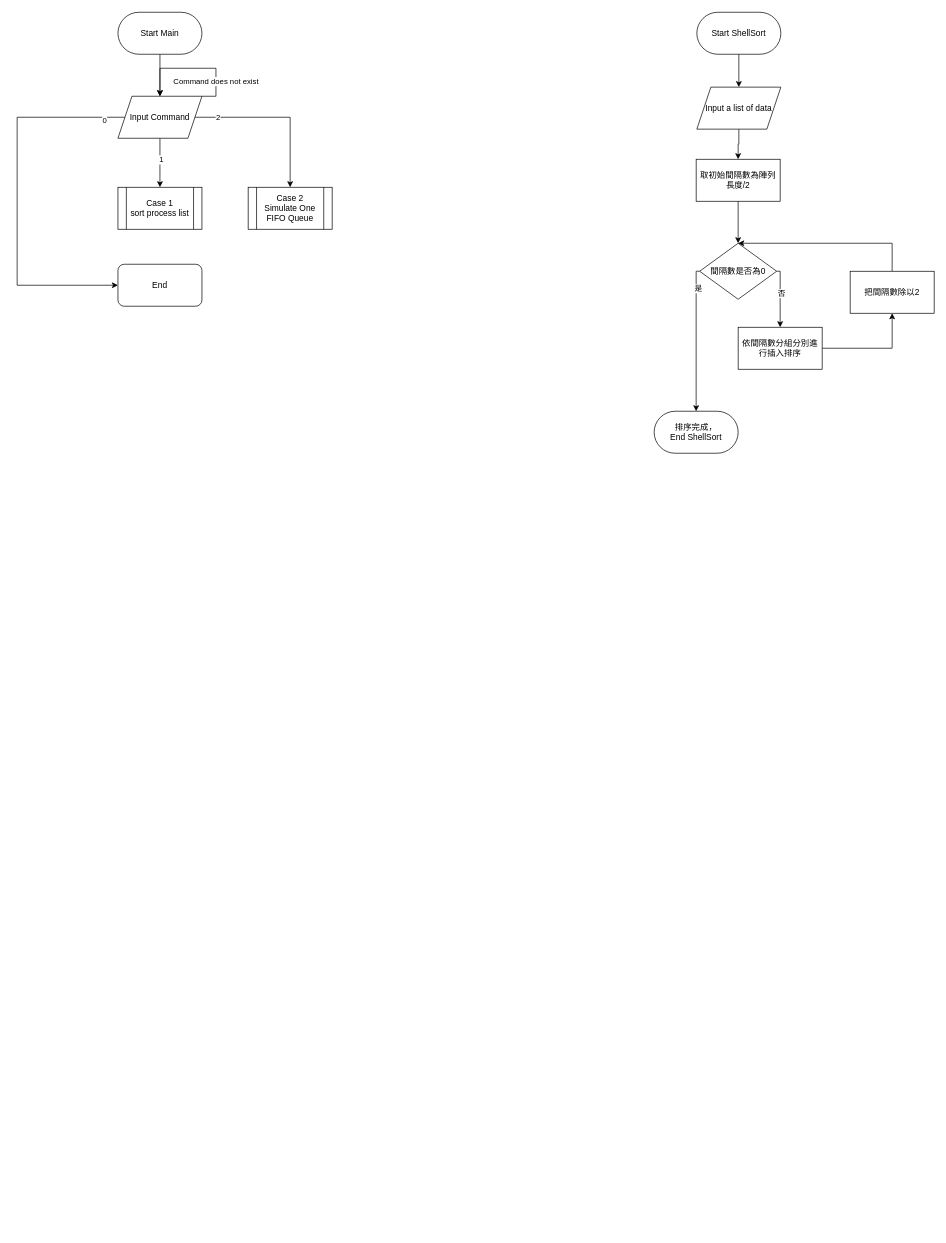
ja-errorpro/CYCS_DS keeps this draw.io diagram as DS1ex3_19_11127137_11127152/DS1ex3.drawio. Above is the earlier version. Source tidied: cells renumbered, new cells numbered last; positions are measured from the earlier drawing's top-left corner, leaving out a move shared by most shapes. Both pictures are drawn from the tidied source at 70%, with x=0, y=0 at pixel (17, 12).
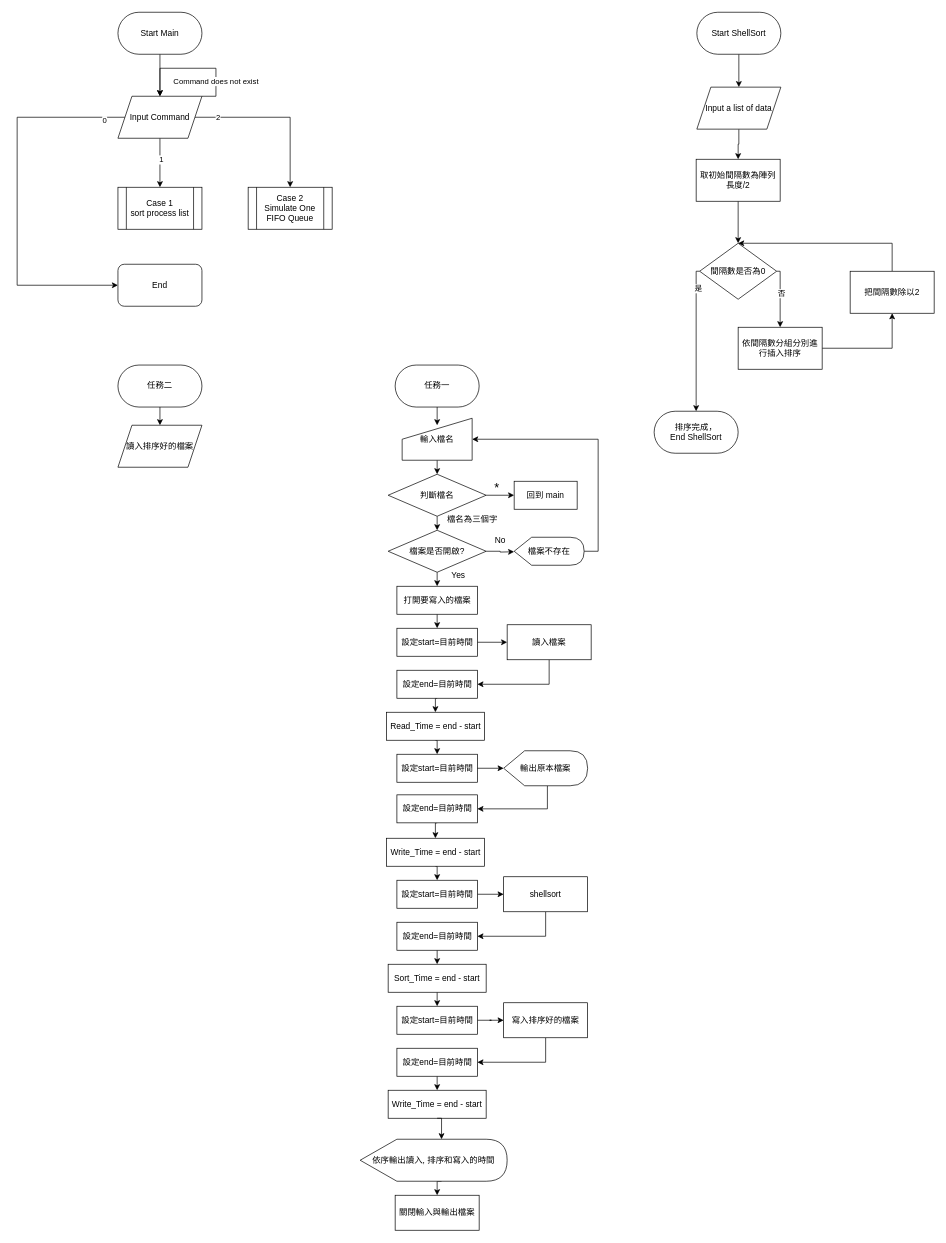
The same page after the edit.

The edit, as a diff of the source:
```diff
@@
+    <mxCell id="32" style="edgeStyle=orthogonalEdgeStyle;rounded=0;jettySize=auto;html=1;exitX=0.5;exitY=1;exitDx=0;exitDy=0;entryX=0.5;entryY=0;entryDx=0;entryDy=0;" parent="1" edge="1" source="33" target="34">
+      <mxGeometry relative="1" as="geometry" />
+    </mxCell>
+    <mxCell id="33" value="任務二" style="rounded=1;whiteSpace=wrap;html=1;arcSize=50;" parent="1" vertex="1">
+      <mxGeometry x="144" y="504" width="120" height="60" as="geometry" />
+    </mxCell>
+    <mxCell id="34" value="讀入排序好的檔案" style="shape=parallelogram;perimeter=parallelogramPerimeter;whiteSpace=wrap;html=1;fixedSize=1;" parent="1" vertex="1">
+      <mxGeometry x="144" y="590" width="120" height="60" as="geometry" />
+    </mxCell>
+    <mxCell id="35" style="edgeStyle=orthogonalEdgeStyle;rounded=0;jettySize=auto;html=1;exitX=0.5;exitY=1;exitDx=0;exitDy=0;entryX=0.5;entryY=0;entryDx=0;entryDy=0;" parent="1" edge="1" source="36">
+      <mxGeometry relative="1" as="geometry">
+        <mxPoint x="600" y="590" as="targetPoint" />
+      </mxGeometry>
+    </mxCell>
+    <mxCell id="36" value="任務一" style="rounded=1;whiteSpace=wrap;html=1;arcSize=50;" parent="1" vertex="1">
+      <mxGeometry x="540" y="504" width="120" height="60" as="geometry" />
+    </mxCell>
+    <mxCell id="37" style="edgeStyle=orthogonalEdgeStyle;rounded=0;jettySize=auto;html=1;exitX=0.5;exitY=1;exitDx=0;exitDy=0;entryX=0.5;entryY=0;entryDx=0;entryDy=0;" parent="1" edge="1" source="38" target="41">
+      <mxGeometry relative="1" as="geometry" />
+    </mxCell>
+    <mxCell id="38" value="輸入檔名" style="shape=manualInput;whiteSpace=wrap;html=1;" parent="1" vertex="1">
+      <mxGeometry x="550" y="580" width="100" height="60" as="geometry" />
+    </mxCell>
+    <mxCell id="39" style="edgeStyle=orthogonalEdgeStyle;rounded=0;jettySize=auto;html=1;exitX=1;exitY=0.5;exitDx=0;exitDy=0;entryX=0;entryY=0.5;entryDx=0;entryDy=0;" parent="1" edge="1" source="41" target="42">
+      <mxGeometry relative="1" as="geometry" />
+    </mxCell>
+    <mxCell id="40" style="edgeStyle=orthogonalEdgeStyle;rounded=0;jettySize=auto;html=1;exitX=0.5;exitY=1;exitDx=0;exitDy=0;entryX=0.5;entryY=0;entryDx=0;entryDy=0;" parent="1" edge="1" source="41" target="46">
+      <mxGeometry relative="1" as="geometry" />
+    </mxCell>
+    <mxCell id="41" value="判斷檔名" style="rhombus;whiteSpace=wrap;html=1;" parent="1" vertex="1">
+      <mxGeometry x="530" y="660" width="140" height="60" as="geometry" />
+    </mxCell>
+    <mxCell id="42" value="回到 main" style="rounded=0;whiteSpace=wrap;html=1;" parent="1" vertex="1">
+      <mxGeometry x="710" y="670" width="90" height="40" as="geometry" />
+    </mxCell>
+    <mxCell id="43" value="&lt;font style=&quot;font-size: 18px;&quot;&gt;*&lt;/font&gt;" style="text;html=1;align=center;verticalAlign=middle;strokeColor=none;fillColor=none;" parent="1" vertex="1">
+      <mxGeometry x="670" y="660" width="30" height="40" as="geometry" />
+    </mxCell>
+    <mxCell id="44" style="edgeStyle=orthogonalEdgeStyle;rounded=0;jettySize=auto;html=1;exitX=1;exitY=0.5;exitDx=0;exitDy=0;" parent="1" edge="1" source="46">
+      <mxGeometry relative="1" as="geometry">
+        <mxPoint x="710" y="770.7" as="targetPoint" />
+      </mxGeometry>
+    </mxCell>
+    <mxCell id="45" style="edgeStyle=orthogonalEdgeStyle;rounded=0;jettySize=auto;html=1;exitX=0.5;exitY=1;exitDx=0;exitDy=0;entryX=0.5;entryY=0;entryDx=0;entryDy=0;" parent="1" edge="1" source="46" target="52">
+      <mxGeometry relative="1" as="geometry" />
+    </mxCell>
+    <mxCell id="46" value="檔案是否開啟?" style="rhombus;whiteSpace=wrap;html=1;" parent="1" vertex="1">
+      <mxGeometry x="530" y="740" width="140" height="60" as="geometry" />
+    </mxCell>
+    <mxCell id="47" value="檔名為三個字" style="text;html=1;align=center;verticalAlign=middle;strokeColor=none;fillColor=none;" parent="1" vertex="1">
+      <mxGeometry x="600" y="710" width="100" height="30" as="geometry" />
+    </mxCell>
+    <mxCell id="48" style="edgeStyle=orthogonalEdgeStyle;rounded=0;jettySize=auto;html=1;exitX=1;exitY=0.5;exitDx=0;exitDy=0;exitPerimeter=0;entryX=1;entryY=0.5;entryDx=0;entryDy=0;" parent="1" edge="1" source="49" target="38">
+      <mxGeometry relative="1" as="geometry" />
+    </mxCell>
+    <mxCell id="49" value="檔案不存在" style="shape=display;whiteSpace=wrap;html=1;" parent="1" vertex="1">
+      <mxGeometry x="710" y="750" width="100" height="40" as="geometry" />
+    </mxCell>
+    <mxCell id="50" value="No" style="text;html=1;align=center;verticalAlign=middle;strokeColor=none;fillColor=none;" parent="1" vertex="1">
+      <mxGeometry x="670" y="740" width="40" height="30" as="geometry" />
+    </mxCell>
+    <mxCell id="51" style="edgeStyle=orthogonalEdgeStyle;rounded=0;jettySize=auto;html=1;exitX=0.5;exitY=1;exitDx=0;exitDy=0;entryX=0.5;entryY=0;entryDx=0;entryDy=0;" parent="1" edge="1" source="52" target="55">
+      <mxGeometry relative="1" as="geometry" />
+    </mxCell>
+    <mxCell id="52" value="打開要寫入的檔案" style="rounded=0;whiteSpace=wrap;html=1;" parent="1" vertex="1">
+      <mxGeometry x="542.5" y="820" width="115" height="40" as="geometry" />
+    </mxCell>
+    <mxCell id="53" value="Yes" style="text;html=1;align=center;verticalAlign=middle;strokeColor=none;fillColor=none;" parent="1" vertex="1">
+      <mxGeometry x="610" y="790" width="40" height="30" as="geometry" />
+    </mxCell>
+    <mxCell id="54" style="edgeStyle=orthogonalEdgeStyle;rounded=0;jettySize=auto;html=1;exitX=1;exitY=0.5;exitDx=0;exitDy=0;entryX=0;entryY=0.5;entryDx=0;entryDy=0;" parent="1" edge="1" source="55" target="57">
+      <mxGeometry relative="1" as="geometry" />
+    </mxCell>
+    <mxCell id="55" value="設定start=目前時間" style="rounded=0;whiteSpace=wrap;html=1;" parent="1" vertex="1">
+      <mxGeometry x="542.5" y="880" width="115" height="40" as="geometry" />
+    </mxCell>
+    <mxCell id="56" style="edgeStyle=orthogonalEdgeStyle;rounded=0;jettySize=auto;html=1;exitX=0.5;exitY=1;exitDx=0;exitDy=0;entryX=1;entryY=0.5;entryDx=0;entryDy=0;" parent="1" edge="1" source="57" target="59">
+      <mxGeometry relative="1" as="geometry" />
+    </mxCell>
+    <mxCell id="57" value="讀入檔案" style="rounded=0;whiteSpace=wrap;html=1;" parent="1" vertex="1">
+      <mxGeometry x="700" y="875" width="120" height="50" as="geometry" />
+    </mxCell>
+    <mxCell id="58" style="edgeStyle=orthogonalEdgeStyle;rounded=0;jettySize=auto;html=1;exitX=0.5;exitY=1;exitDx=0;exitDy=0;entryX=0.5;entryY=0;entryDx=0;entryDy=0;" parent="1" edge="1" source="59" target="61">
+      <mxGeometry relative="1" as="geometry" />
+    </mxCell>
+    <mxCell id="59" value="設定end=目前時間" style="rounded=0;whiteSpace=wrap;html=1;" parent="1" vertex="1">
+      <mxGeometry x="542.5" y="940" width="115" height="40" as="geometry" />
+    </mxCell>
+    <mxCell id="60" style="edgeStyle=orthogonalEdgeStyle;rounded=0;jettySize=auto;html=1;exitX=0.5;exitY=1;exitDx=0;exitDy=0;entryX=0.5;entryY=0;entryDx=0;entryDy=0;" parent="1" edge="1" source="61" target="62">
+      <mxGeometry relative="1" as="geometry" />
+    </mxCell>
+    <mxCell id="61" value="Read_Time = end - start" style="rounded=0;whiteSpace=wrap;html=1;" parent="1" vertex="1">
+      <mxGeometry x="527.5" y="1000" width="140" height="40" as="geometry" />
+    </mxCell>
+    <mxCell id="62" value="設定start=目前時間" style="rounded=0;whiteSpace=wrap;html=1;" parent="1" vertex="1">
+      <mxGeometry x="542.5" y="1060" width="115" height="40" as="geometry" />
+    </mxCell>
+    <mxCell id="63" style="edgeStyle=orthogonalEdgeStyle;rounded=0;jettySize=auto;html=1;exitX=0;exitY=0;exitDx=62.5;exitDy=50;exitPerimeter=0;entryX=1;entryY=0.5;entryDx=0;entryDy=0;" parent="1" edge="1" source="64" target="66">
+      <mxGeometry relative="1" as="geometry" />
+    </mxCell>
+    <mxCell id="64" value="輸出原本檔案" style="shape=display;whiteSpace=wrap;html=1;" parent="1" vertex="1">
+      <mxGeometry x="695" y="1055" width="120" height="50" as="geometry" />
+    </mxCell>
+    <mxCell id="65" style="edgeStyle=orthogonalEdgeStyle;rounded=0;jettySize=auto;html=1;exitX=0.5;exitY=1;exitDx=0;exitDy=0;entryX=0.5;entryY=0;entryDx=0;entryDy=0;" parent="1" edge="1" source="66" target="69">
+      <mxGeometry relative="1" as="geometry" />
+    </mxCell>
+    <mxCell id="66" value="設定end=目前時間" style="rounded=0;whiteSpace=wrap;html=1;" parent="1" vertex="1">
+      <mxGeometry x="542.5" y="1118" width="115" height="40" as="geometry" />
+    </mxCell>
+    <mxCell id="67" style="edgeStyle=orthogonalEdgeStyle;rounded=0;jettySize=auto;html=1;exitX=1;exitY=0.5;exitDx=0;exitDy=0;entryX=0;entryY=0.5;entryDx=0;entryDy=0;entryPerimeter=0;" parent="1" edge="1" source="62" target="64">
+      <mxGeometry relative="1" as="geometry" />
+    </mxCell>
+    <mxCell id="68" style="edgeStyle=orthogonalEdgeStyle;rounded=0;jettySize=auto;html=1;exitX=0.5;exitY=1;exitDx=0;exitDy=0;entryX=0.5;entryY=0;entryDx=0;entryDy=0;" parent="1" edge="1" source="69" target="71">
+      <mxGeometry relative="1" as="geometry" />
+    </mxCell>
+    <mxCell id="69" value="Write_Time = end - start" style="rounded=0;whiteSpace=wrap;html=1;" parent="1" vertex="1">
+      <mxGeometry x="527.5" y="1180" width="140" height="40" as="geometry" />
+    </mxCell>
+    <mxCell id="70" style="edgeStyle=orthogonalEdgeStyle;rounded=0;jettySize=auto;html=1;exitX=1;exitY=0.5;exitDx=0;exitDy=0;entryX=0;entryY=0.5;entryDx=0;entryDy=0;" parent="1" edge="1" source="71" target="75">
+      <mxGeometry relative="1" as="geometry" />
+    </mxCell>
+    <mxCell id="71" value="設定start=目前時間" style="rounded=0;whiteSpace=wrap;html=1;" parent="1" vertex="1">
+      <mxGeometry x="542.5" y="1240" width="115" height="40" as="geometry" />
+    </mxCell>
+    <mxCell id="72" style="edgeStyle=orthogonalEdgeStyle;rounded=0;jettySize=auto;html=1;exitX=0.5;exitY=1;exitDx=0;exitDy=0;entryX=0.5;entryY=0;entryDx=0;entryDy=0;" parent="1" edge="1" source="73" target="77">
+      <mxGeometry relative="1" as="geometry" />
+    </mxCell>
+    <mxCell id="73" value="設定end=目前時間" style="rounded=0;whiteSpace=wrap;html=1;" parent="1" vertex="1">
+      <mxGeometry x="542.5" y="1300" width="115" height="40" as="geometry" />
+    </mxCell>
+    <mxCell id="74" style="edgeStyle=orthogonalEdgeStyle;rounded=0;jettySize=auto;html=1;exitX=0.5;exitY=1;exitDx=0;exitDy=0;entryX=1;entryY=0.5;entryDx=0;entryDy=0;" parent="1" edge="1" source="75" target="73">
+      <mxGeometry relative="1" as="geometry" />
+    </mxCell>
+    <mxCell id="75" value="shellsort" style="rounded=0;whiteSpace=wrap;html=1;" parent="1" vertex="1">
+      <mxGeometry x="695" y="1235" width="120" height="50" as="geometry" />
+    </mxCell>
+    <mxCell id="76" style="edgeStyle=orthogonalEdgeStyle;rounded=0;jettySize=auto;html=1;exitX=0.5;exitY=1;exitDx=0;exitDy=0;entryX=0.5;entryY=0;entryDx=0;entryDy=0;" parent="1" edge="1" source="77" target="79">
+      <mxGeometry relative="1" as="geometry" />
+    </mxCell>
+    <mxCell id="77" value="Sort_Time = end - start" style="rounded=0;whiteSpace=wrap;html=1;" parent="1" vertex="1">
+      <mxGeometry x="530" y="1360" width="140" height="40" as="geometry" />
+    </mxCell>
+    <mxCell id="78" style="edgeStyle=orthogonalEdgeStyle;rounded=0;jettySize=auto;html=1;exitX=1;exitY=0.5;exitDx=0;exitDy=0;" parent="1" edge="1" source="79" target="84">
+      <mxGeometry relative="1" as="geometry" />
+    </mxCell>
+    <mxCell id="79" value="設定start=目前時間" style="rounded=0;whiteSpace=wrap;html=1;" parent="1" vertex="1">
+      <mxGeometry x="542.5" y="1420" width="115" height="40" as="geometry" />
+    </mxCell>
+    <mxCell id="80" style="edgeStyle=orthogonalEdgeStyle;rounded=0;jettySize=auto;html=1;exitX=0.5;exitY=1;exitDx=0;exitDy=0;entryX=0.5;entryY=0;entryDx=0;entryDy=0;" parent="1" edge="1" source="81" target="82">
+      <mxGeometry relative="1" as="geometry" />
+    </mxCell>
+    <mxCell id="81" value="設定end=目前時間" style="rounded=0;whiteSpace=wrap;html=1;" parent="1" vertex="1">
+      <mxGeometry x="542.5" y="1480" width="115" height="40" as="geometry" />
+    </mxCell>
+    <mxCell id="82" value="Write_Time = end - start" style="rounded=0;whiteSpace=wrap;html=1;" parent="1" vertex="1">
+      <mxGeometry x="530" y="1540" width="140" height="40" as="geometry" />
+    </mxCell>
+    <mxCell id="83" style="edgeStyle=orthogonalEdgeStyle;rounded=0;jettySize=auto;html=1;exitX=0.5;exitY=1;exitDx=0;exitDy=0;entryX=1;entryY=0.5;entryDx=0;entryDy=0;" parent="1" edge="1" source="84" target="81">
+      <mxGeometry relative="1" as="geometry" />
+    </mxCell>
+    <mxCell id="84" value="寫入排序好的檔案" style="rounded=0;whiteSpace=wrap;html=1;" parent="1" vertex="1">
+      <mxGeometry x="695" y="1415" width="120" height="50" as="geometry" />
+    </mxCell>
+    <mxCell id="85" style="edgeStyle=orthogonalEdgeStyle;rounded=0;jettySize=auto;html=1;exitX=0;exitY=0;exitDx=116.25;exitDy=60;exitPerimeter=0;entryX=0.5;entryY=0;entryDx=0;entryDy=0;" parent="1" edge="1" source="86" target="88">
+      <mxGeometry relative="1" as="geometry" />
+    </mxCell>
+    <mxCell id="86" value="依序輸出讀入, 排序和寫入的時間" style="shape=display;whiteSpace=wrap;html=1;" parent="1" vertex="1">
+      <mxGeometry x="490" y="1610" width="210" height="60" as="geometry" />
+    </mxCell>
+    <mxCell id="87" style="edgeStyle=orthogonalEdgeStyle;rounded=0;jettySize=auto;html=1;exitX=0.5;exitY=1;exitDx=0;exitDy=0;entryX=0;entryY=0;entryDx=116.25;entryDy=0;entryPerimeter=0;" parent="1" edge="1" source="82" target="86">
+      <mxGeometry relative="1" as="geometry" />
+    </mxCell>
+    <mxCell id="88" value="關閉輸入與輸出檔案" style="rounded=0;whiteSpace=wrap;html=1;" parent="1" vertex="1">
+      <mxGeometry x="540" y="1690" width="120" height="50" as="geometry" />
+    </mxCell>
```
